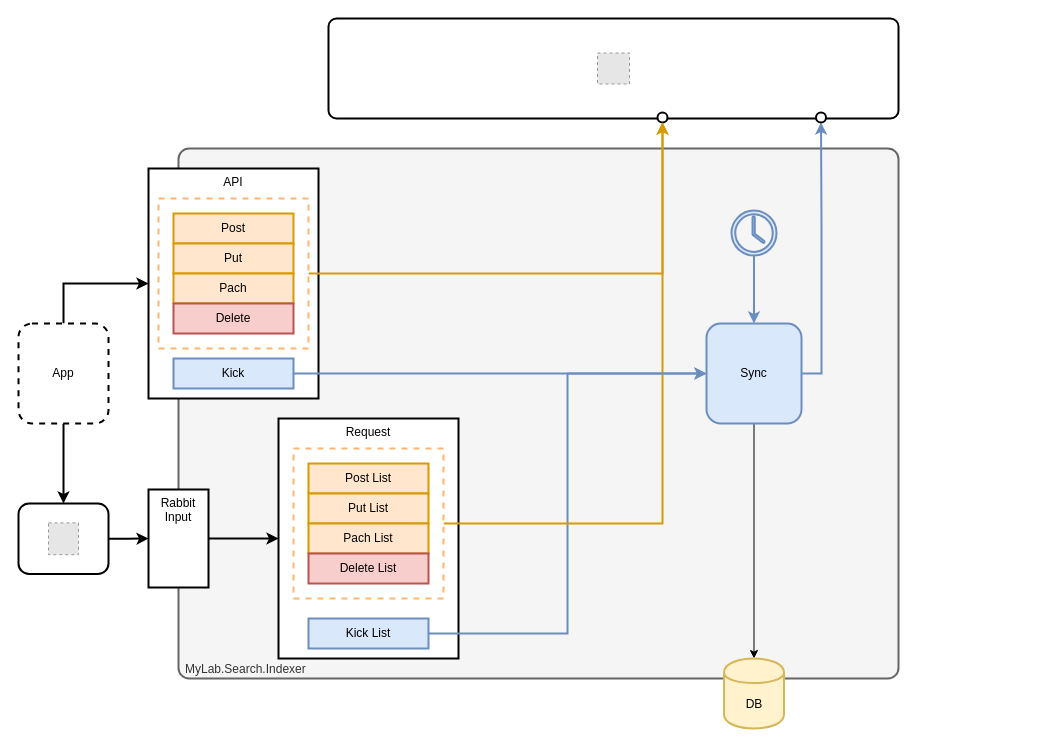
mylab-search-framework/indexer keeps this draw.io diagram as doс/mylab-search-index.drawio. Above is the earlier version. Source tidied: cells renumbered, new cells numbered last; positions are measured from the earlier drawing's top-left corner, leaving out a move shared by most shapes. Both pictures are drawn from the tidied source at 100%, with x=0, y=0 at pixel (18, 18). Pictures stored in the file or linked from it are replaced by grey dashed boxes.
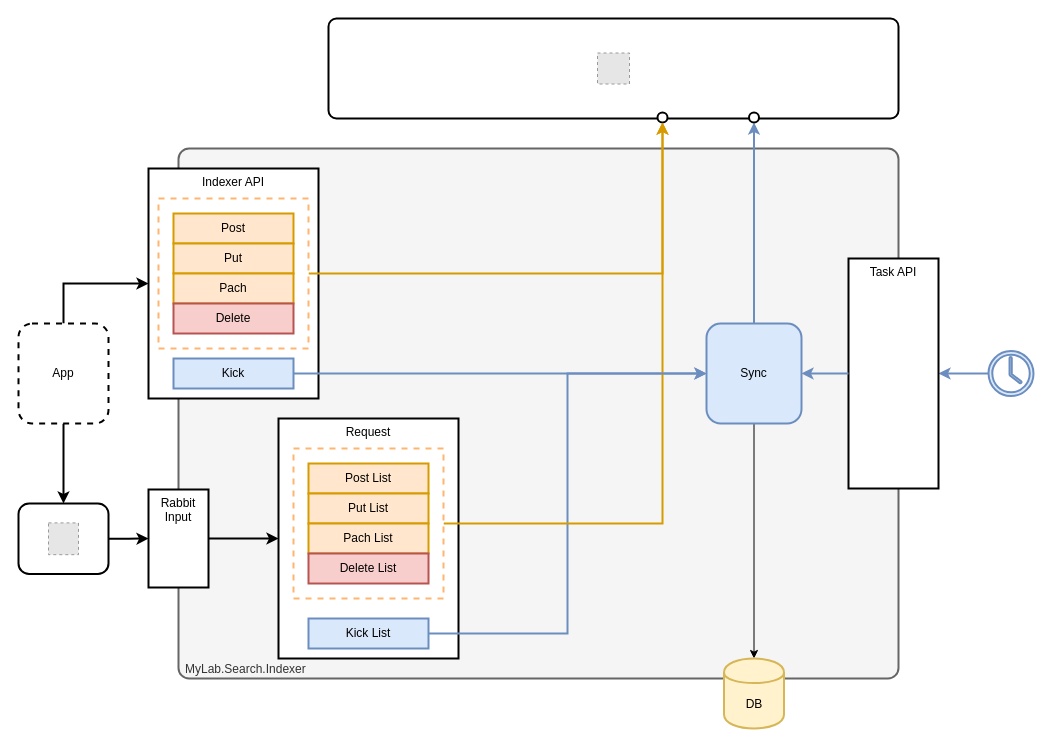
Above is the later version.

The change refers to these unchanged cells:
```xml
<mxCell id="11" value="Sync" style="rounded=1;whiteSpace=wrap;html=1;strokeWidth=2;fillColor=#dae8fc;strokeColor=#6c8ebf;" parent="1" vertex="1">
  <mxGeometry x="688" y="305" width="95" height="100" as="geometry" />
</mxCell>
```

Diff of the diagram source:
```diff
@@
-    <mxCell id="10" style="edgeStyle=orthogonalEdgeStyle;rounded=0;jettySize=auto;html=1;entryX=0.5;entryY=1;entryDx=0;entryDy=0;strokeWidth=2;strokeColor=#6c8ebf;fillColor=#dae8fc;exitX=1;exitY=0.5;exitDx=0;exitDy=0;" parent="1" edge="1" source="11" target="30">
+    <mxCell id="10" style="edgeStyle=orthogonalEdgeStyle;rounded=0;jettySize=auto;html=1;entryX=0.5;entryY=1;entryDx=0;entryDy=0;strokeWidth=2;strokeColor=#6c8ebf;fillColor=#dae8fc;exitX=0.5;exitY=0;exitDx=0;exitDy=0;" parent="1" edge="1" source="11" target="30">
       <mxGeometry relative="1" as="geometry" />
     </mxCell>
@@
-    <mxCell id="13" style="edgeStyle=orthogonalEdgeStyle;rounded=0;jettySize=auto;html=1;entryX=0.5;entryY=0;entryDx=0;entryDy=0;fillColor=#dae8fc;strokeColor=#6c8ebf;strokeWidth=2;" parent="1" edge="1" source="14" target="11">
-      <mxGeometry relative="1" as="geometry" />
-    </mxCell>
+    <mxCell id="40" style="edgeStyle=orthogonalEdgeStyle;rounded=0;jettySize=auto;html=1;entryX=1;entryY=0.5;entryDx=0;entryDy=0;fillColor=#dae8fc;strokeColor=#6c8ebf;strokeWidth=2;" parent="1" edge="1" source="14" target="41">
+      <mxGeometry relative="1" as="geometry" />
+    </mxCell>
     <mxCell id="14" style="shadow=0;dashed=0;html=1;strokeColor=#6c8ebf;fillColor=#dae8fc;labelPosition=center;verticalLabelPosition=bottom;verticalAlign=top;outlineConnect=0;align=center;shape=mxgraph.office.concepts.clock;strokeWidth=2;" parent="1" vertex="1">
-      <mxGeometry x="713" y="192.1" width="45" height="45" as="geometry" />
+      <mxGeometry x="970" y="332.5" width="45" height="45" as="geometry" />
     </mxCell>
@@
-    <mxCell id="17" value="API" style="rounded=0;whiteSpace=wrap;html=1;strokeWidth=2;verticalAlign=top;align=center;spacingLeft=0;" parent="1" vertex="1">
+    <mxCell id="17" value="Indexer API" style="rounded=0;whiteSpace=wrap;html=1;strokeWidth=2;verticalAlign=top;align=center;spacingLeft=0;" parent="1" vertex="1">
       <mxGeometry x="130" y="150" width="170" height="230" as="geometry" />
     </mxCell>
@@
     <mxCell id="30" style="ellipse;whiteSpace=wrap;html=1;strokeColor=#000000;strokeWidth=2;fontColor=#000000;align=center;" parent="1" vertex="1">
-      <mxGeometry x="797.5" y="94" width="10" height="10" as="geometry" />
+      <mxGeometry x="730.5" y="94" width="10" height="10" as="geometry" />
     </mxCell>
@@
+    <mxCell id="41" value="Task API" style="rounded=0;whiteSpace=wrap;html=1;strokeWidth=2;verticalAlign=top;align=center;spacingLeft=0;" parent="1" vertex="1">
+      <mxGeometry x="830" y="240" width="90" height="230" as="geometry" />
+    </mxCell>
+    <mxCell id="13" style="edgeStyle=orthogonalEdgeStyle;rounded=0;jettySize=auto;html=1;entryX=1;entryY=0.5;entryDx=0;entryDy=0;fillColor=#dae8fc;strokeColor=#6c8ebf;strokeWidth=2;exitX=0;exitY=0.5;exitDx=0;exitDy=0;" parent="1" edge="1" source="41" target="11">
+      <mxGeometry relative="1" as="geometry" />
+    </mxCell>
```
